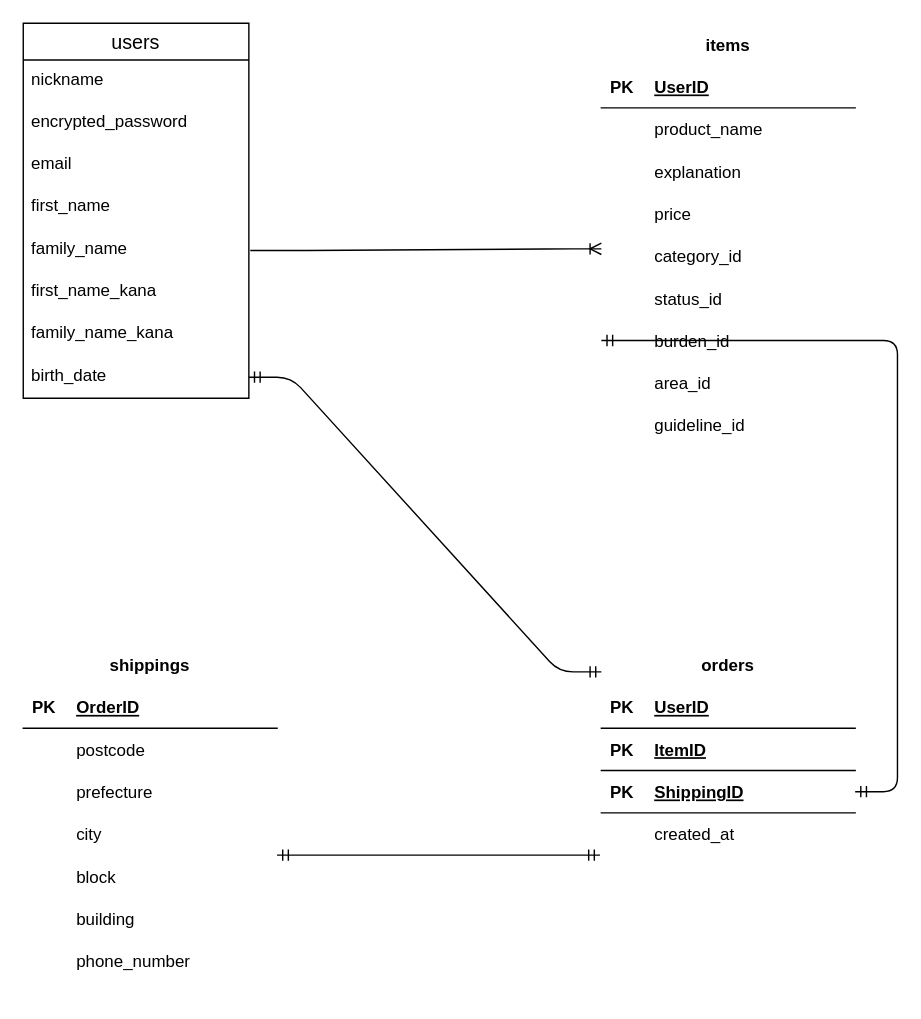
Earlier version of the draw.io diagram furima.dio (kenichimori1127/furima-32095). Source tidied: cells renumbered, new cells numbered last; positions are measured from the earlier drawing's top-left corner, leaving out a move shared by most shapes. Both pictures are drawn from the tidied source at 141%, with x=0, y=0 at pixel (23, 23).
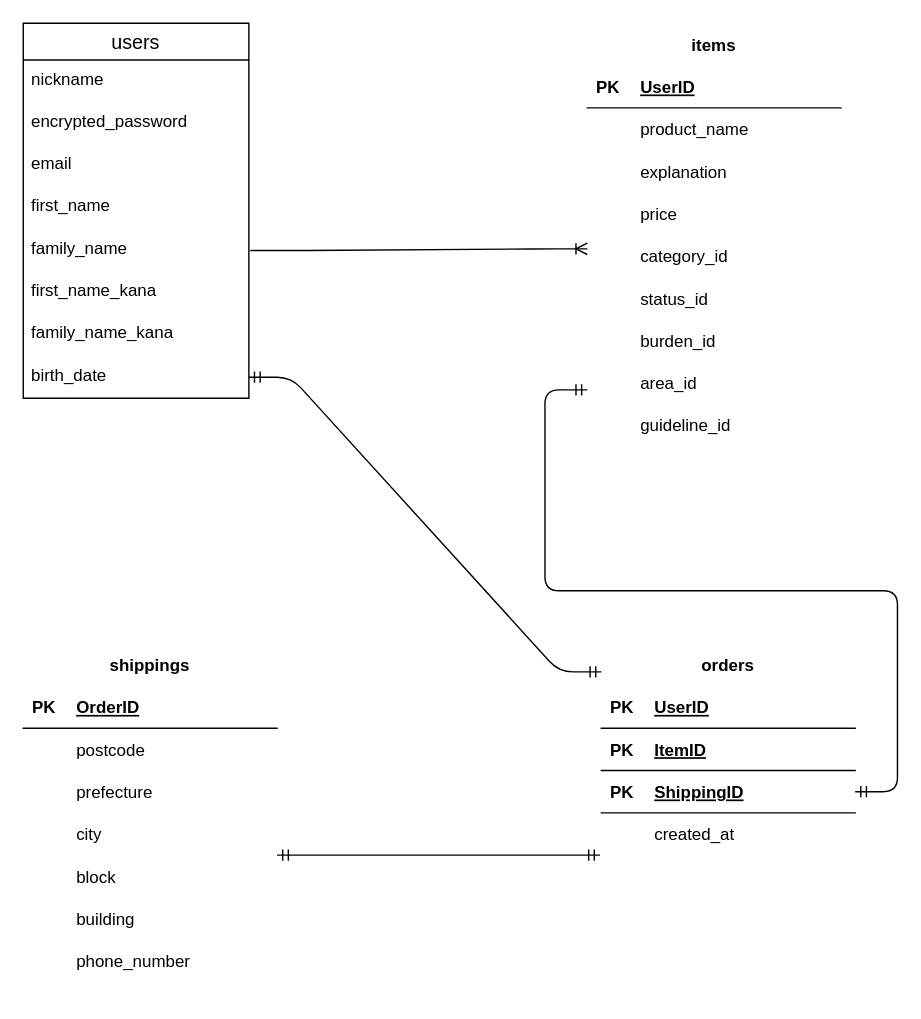
Above is the later version.

Unchanged cells that the change refers to:
```xml
<mxCell id="30" style="shape=partialRectangle;fillColor=none;top=0;left=0;bottom=0;right=0;points=[[0,0.5],[1,0.5]];portConstraint=eastwest;" parent="11" vertex="1">
  <mxGeometry y="210" width="180" height="30" as="geometry" />
</mxCell>
<mxCell id="68" style="shape=partialRectangle;fillColor=none;top=0;left=0;bottom=1;right=0;points=[[0,0.5],[1,0.5]];portConstraint=eastwest;" parent="61" vertex="1">
  <mxGeometry y="90" width="180" height="30" as="geometry" />
</mxCell>
```

The edit, as a diff of the source:
```diff
@@
     <mxCell id="11" value="items" style="shape=table;startSize=30;childLayout=tableLayout;rowLines=0;fontStyle=1;align=center;strokeColor=#FFFFFF;" parent="1" vertex="1">
-      <mxGeometry x="410" width="180" height="310" as="geometry" />
+      <mxGeometry x="400" width="180" height="310" as="geometry" />
     </mxCell>
@@
     <mxCell id="74" style="edgeStyle=entityRelationEdgeStyle;fontSize=12;html=1;endArrow=ERoneToMany;exitX=1.006;exitY=0.673;exitDx=0;exitDy=0;exitPerimeter=0;" parent="1" edge="1">
       <mxGeometry relative="1" as="geometry">
         <mxPoint x="161" y="161.2" as="sourcePoint" />
-        <mxPoint x="410" y="160" as="targetPoint" />
+        <mxPoint x="400" y="160" as="targetPoint" />
       </mxGeometry>
     </mxCell>
@@
-    <mxCell id="77" style="edgeStyle=entityRelationEdgeStyle;fontSize=12;html=1;endArrow=ERmandOne;startArrow=ERmandOne;entryX=0;entryY=0.5;entryDx=0;entryDy=0;" parent="1" edge="1" source="68" target="30">
-      <mxGeometry relative="1" as="geometry" />
+    <mxCell id="77" style="edgeStyle=entityRelationEdgeStyle;fontSize=12;html=1;endArrow=ERmandOne;startArrow=ERmandOne;startFill=0;" parent="1" edge="1" source="68">
+      <mxGeometry relative="1" as="geometry">
+        <mxPoint x="400" y="260" as="targetPoint" />
+      </mxGeometry>
     </mxCell>
```
